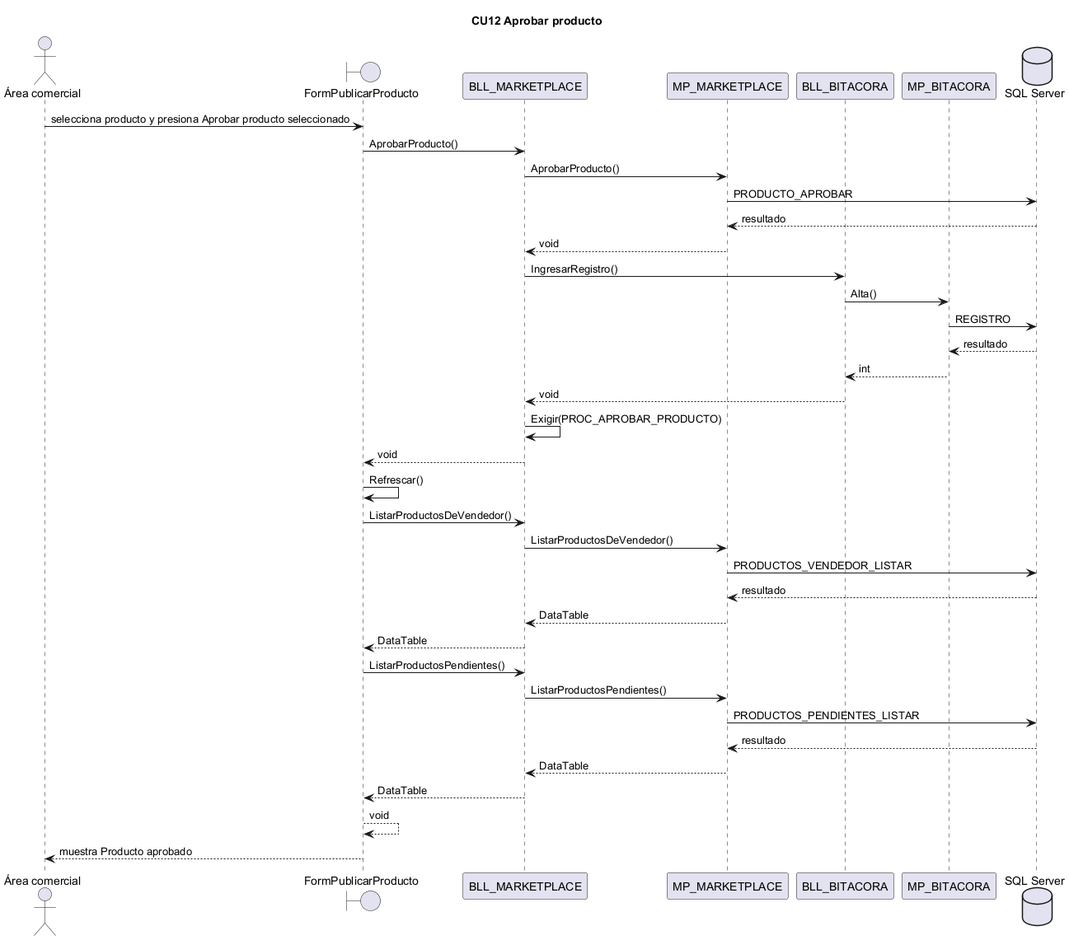
Above: docs/diagramas/secuencias_png/CU12.png in L-Muniz/uai-diploma_2026 (PlantUML), before the change.
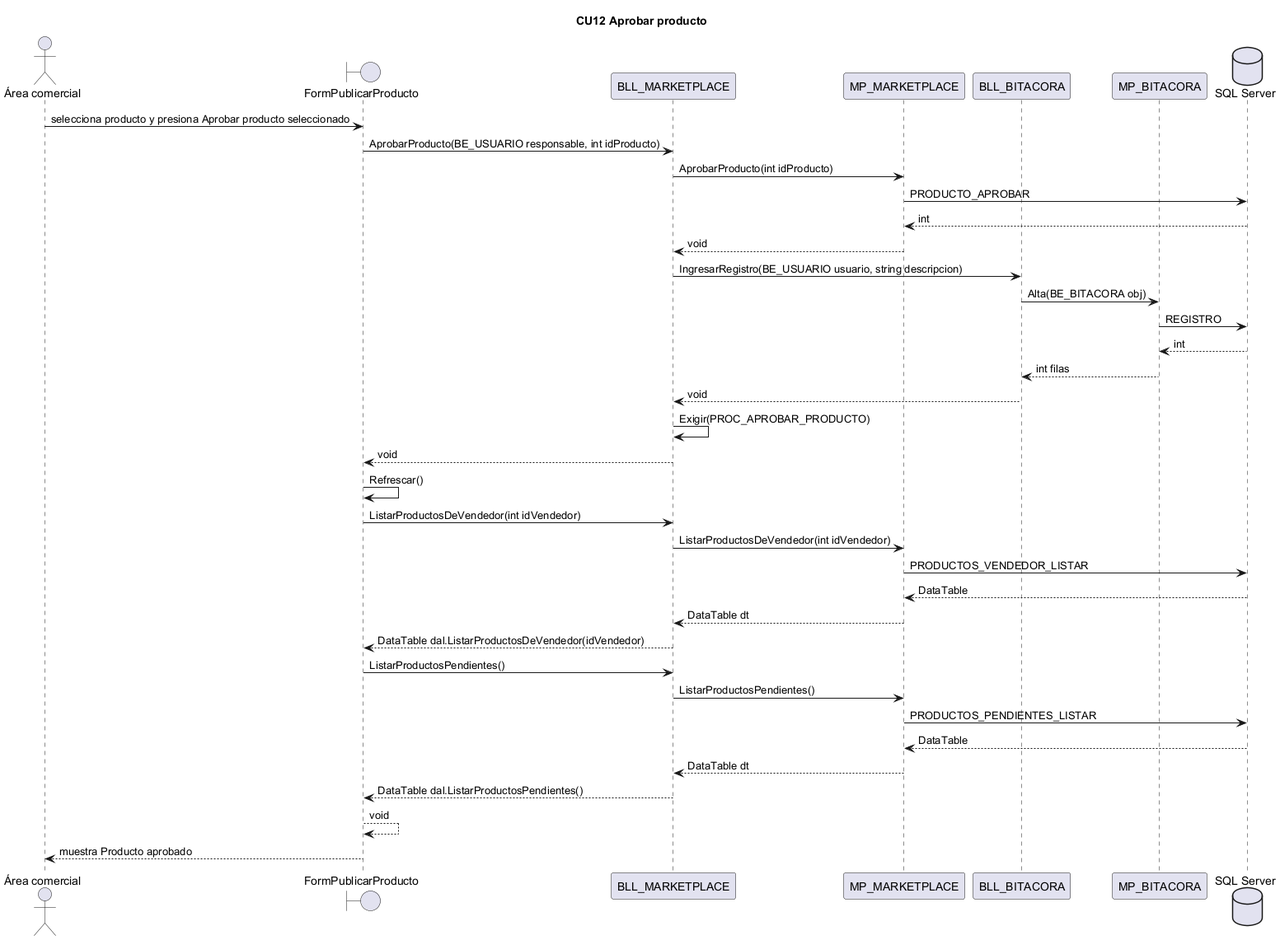
After the commit.

What changed in the source:
```diff
@@ -8,32 +8,32 @@
 participant MP_BITACORA
 database "SQL Server" as BD
 ACT -> FormPublicarProducto : selecciona producto y presiona Aprobar producto seleccionado
-FormPublicarProducto -> BLL_MARKETPLACE : AprobarProducto()
-BLL_MARKETPLACE -> MP_MARKETPLACE : AprobarProducto()
+FormPublicarProducto -> BLL_MARKETPLACE : AprobarProducto(BE_USUARIO responsable, int idProducto)
+BLL_MARKETPLACE -> MP_MARKETPLACE : AprobarProducto(int idProducto)
 MP_MARKETPLACE -> BD : PRODUCTO_APROBAR
-BD --> MP_MARKETPLACE : resultado
+BD --> MP_MARKETPLACE : int
 MP_MARKETPLACE --> BLL_MARKETPLACE : void
-BLL_MARKETPLACE -> BLL_BITACORA : IngresarRegistro()
-BLL_BITACORA -> MP_BITACORA : Alta()
+BLL_MARKETPLACE -> BLL_BITACORA : IngresarRegistro(BE_USUARIO usuario, string descripcion)
+BLL_BITACORA -> MP_BITACORA : Alta(BE_BITACORA obj)
 MP_BITACORA -> BD : REGISTRO
-BD --> MP_BITACORA : resultado
-MP_BITACORA --> BLL_BITACORA : int
+BD --> MP_BITACORA : int
+MP_BITACORA --> BLL_BITACORA : int filas
 BLL_BITACORA --> BLL_MARKETPLACE : void
 BLL_MARKETPLACE -> BLL_MARKETPLACE : Exigir(PROC_APROBAR_PRODUCTO)
 BLL_MARKETPLACE --> FormPublicarProducto : void
 FormPublicarProducto -> FormPublicarProducto : Refrescar()
-FormPublicarProducto -> BLL_MARKETPLACE : ListarProductosDeVendedor()
-BLL_MARKETPLACE -> MP_MARKETPLACE : ListarProductosDeVendedor()
+FormPublicarProducto -> BLL_MARKETPLACE : ListarProductosDeVendedor(int idVendedor)
+BLL_MARKETPLACE -> MP_MARKETPLACE : ListarProductosDeVendedor(int idVendedor)
 MP_MARKETPLACE -> BD : PRODUCTOS_VENDEDOR_LISTAR
-BD --> MP_MARKETPLACE : resultado
-MP_MARKETPLACE --> BLL_MARKETPLACE : DataTable
-BLL_MARKETPLACE --> FormPublicarProducto : DataTable
+BD --> MP_MARKETPLACE : DataTable
+MP_MARKETPLACE --> BLL_MARKETPLACE : DataTable dt
+BLL_MARKETPLACE --> FormPublicarProducto : DataTable dal.ListarProductosDeVendedor(idVendedor)
 FormPublicarProducto -> BLL_MARKETPLACE : ListarProductosPendientes()
 BLL_MARKETPLACE -> MP_MARKETPLACE : ListarProductosPendientes()
 MP_MARKETPLACE -> BD : PRODUCTOS_PENDIENTES_LISTAR
-BD --> MP_MARKETPLACE : resultado
-MP_MARKETPLACE --> BLL_MARKETPLACE : DataTable
-BLL_MARKETPLACE --> FormPublicarProducto : DataTable
+BD --> MP_MARKETPLACE : DataTable
+MP_MARKETPLACE --> BLL_MARKETPLACE : DataTable dt
+BLL_MARKETPLACE --> FormPublicarProducto : DataTable dal.ListarProductosPendientes()
 FormPublicarProducto --> FormPublicarProducto : void
 FormPublicarProducto --> ACT : muestra Producto aprobado
 @enduml
```
